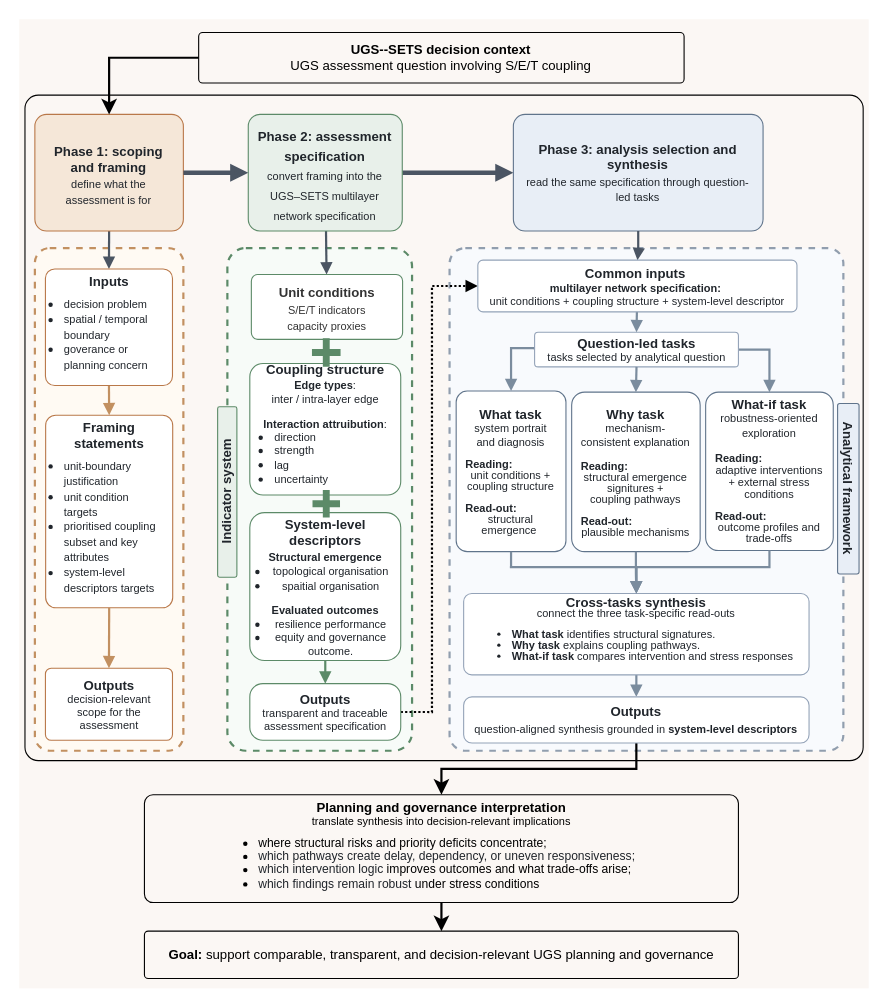
Before: section5-workflow.drawio in ZixuanLi317/iodraw-files, a draw.io diagram. Source tidied: cells renumbered, new cells numbered last; positions are measured from the earlier drawing's top-left corner, leaving out a move shared by most shapes. Both pictures are drawn from the tidied source at 110%, with x=0, y=0 at pixel (19, 19).
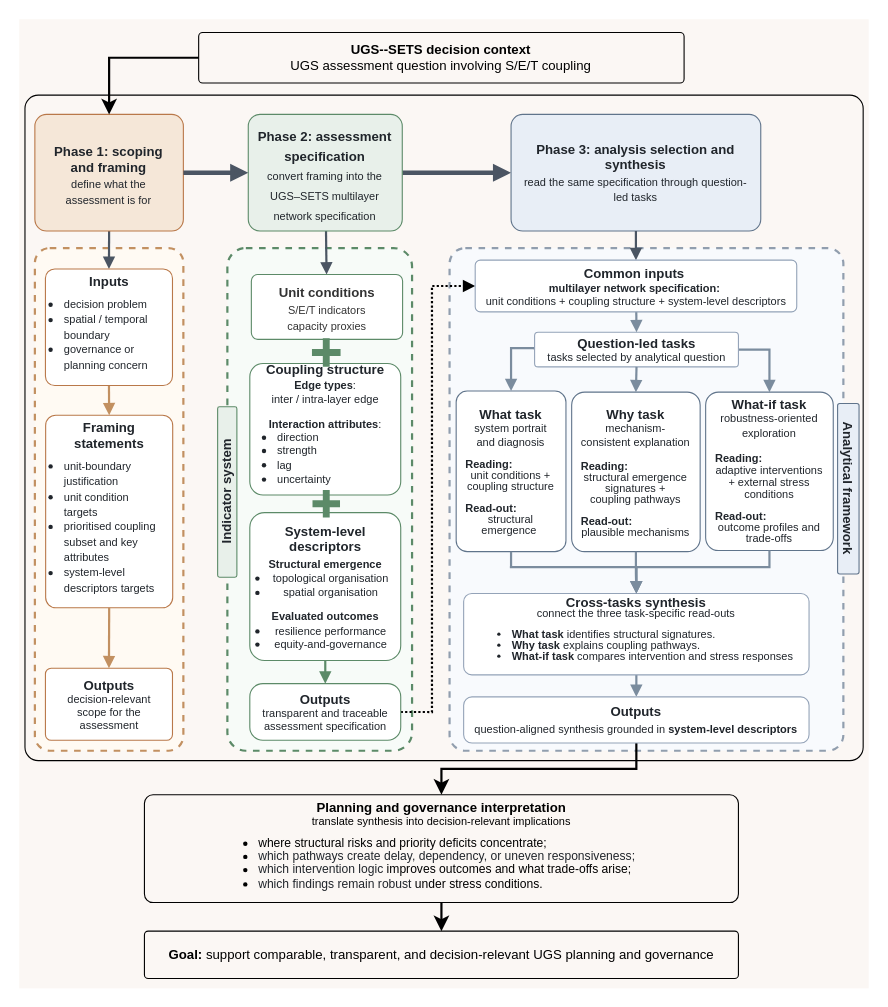
After the change.

The edit, as a diff of the source:
```diff
@@
     <mxCell id="13" value="&lt;b&gt;Phase 3: analysis selection and synthesis&lt;/b&gt;&lt;div&gt;&lt;font style=&quot;font-size: 10px;&quot;&gt;read the same specification through question-led tasks&lt;/font&gt;&lt;b&gt;&lt;/b&gt;&lt;/div&gt;" style="whiteSpace=wrap;html=1;fillColor=#e8eef6;strokeColor=#60748b;fontSize=12;fontColor=#20252b;align=center;verticalAlign=middle;spacing=10;rounded=1;arcSize=10;" parent="1" vertex="1">
-      <mxGeometry x="449.2" y="86.5" width="227" height="106" as="geometry" />
+      <mxGeometry x="447.1" y="86.5" width="227" height="106" as="geometry" />
     </mxCell>
@@
-    <mxCell id="17" value="&lt;div style=&quot;line-height: 100%;&quot;&gt;&lt;b&gt;Why task&lt;/b&gt;&lt;br&gt;&lt;font style=&quot;font-size: 10px; line-height: 100%;&quot;&gt;mechanism-consistent explanation&lt;/font&gt;&lt;/div&gt;&lt;div style=&quot;line-height: 100%;&quot;&gt;&lt;font style=&quot;font-size: 10px; line-height: 100%;&quot;&gt;&lt;br&gt;&lt;/font&gt;&lt;/div&gt;&lt;div style=&quot;line-height: 100%;&quot;&gt;&lt;font style=&quot;font-size: 10px; line-height: 100%;&quot;&gt;&lt;div style=&quot;text-align: left; line-height: 10px;&quot;&gt;&lt;b&gt;Reading:&lt;/b&gt;&lt;/div&gt;&lt;div style=&quot;line-height: 10px;&quot;&gt;structural emergence signitures&amp;nbsp;&lt;span style=&quot;background-color: transparent; color: light-dark(rgb(32, 37, 43), rgb(201, 206, 211));&quot;&gt;+&lt;/span&gt;&lt;/div&gt;&lt;div style=&quot;line-height: 10px;&quot;&gt;coupling&amp;nbsp;&lt;span style=&quot;background-color: transparent; color: light-dark(rgb(32, 37, 43), rgb(201, 206, 211));&quot;&gt;pathways&lt;/span&gt;&lt;/div&gt;&lt;div style=&quot;line-height: 10px;&quot;&gt;&lt;br&gt;&lt;/div&gt;&lt;div style=&quot;text-align: left; line-height: 10px;&quot;&gt;&lt;b&gt;Read-out:&lt;/b&gt;&lt;/div&gt;&lt;div style=&quot;line-height: 10px;&quot;&gt;plausible mechanisms&lt;/div&gt;&lt;/font&gt;&lt;/div&gt;" style="whiteSpace=wrap;html=1;fillColor=default;strokeColor=#60748b;fontSize=12;fontColor=#20252b;align=center;verticalAlign=middle;spacing=10;rounded=1;arcSize=10;fontFamily=Helvetica;" parent="1" vertex="1">
+    <mxCell id="17" value="&lt;div style=&quot;line-height: 100%;&quot;&gt;&lt;b&gt;Why task&lt;/b&gt;&lt;br&gt;&lt;font style=&quot;font-size: 10px; line-height: 100%;&quot;&gt;mechanism-consistent explanation&lt;/font&gt;&lt;/div&gt;&lt;div style=&quot;line-height: 100%;&quot;&gt;&lt;font style=&quot;font-size: 10px; line-height: 100%;&quot;&gt;&lt;br&gt;&lt;/font&gt;&lt;/div&gt;&lt;div style=&quot;line-height: 100%;&quot;&gt;&lt;font style=&quot;font-size: 10px; line-height: 100%;&quot;&gt;&lt;div style=&quot;text-align: left; line-height: 10px;&quot;&gt;&lt;b&gt;Reading:&lt;/b&gt;&lt;/div&gt;&lt;div style=&quot;line-height: 10px;&quot;&gt;structural emergence signatures&amp;nbsp;&lt;span style=&quot;background-color: transparent; color: light-dark(rgb(32, 37, 43), rgb(201, 206, 211));&quot;&gt;+&lt;/span&gt;&lt;/div&gt;&lt;div style=&quot;line-height: 10px;&quot;&gt;coupling&amp;nbsp;&lt;span style=&quot;background-color: transparent; color: light-dark(rgb(32, 37, 43), rgb(201, 206, 211));&quot;&gt;pathways&lt;/span&gt;&lt;/div&gt;&lt;div style=&quot;line-height: 10px;&quot;&gt;&lt;br&gt;&lt;/div&gt;&lt;div style=&quot;text-align: left; line-height: 10px;&quot;&gt;&lt;b&gt;Read-out:&lt;/b&gt;&lt;/div&gt;&lt;div style=&quot;line-height: 10px;&quot;&gt;plausible mechanisms&lt;/div&gt;&lt;/font&gt;&lt;/div&gt;" style="whiteSpace=wrap;html=1;fillColor=default;strokeColor=#60748b;fontSize=12;fontColor=#20252b;align=center;verticalAlign=middle;spacing=10;rounded=1;arcSize=10;fontFamily=Helvetica;" parent="1" vertex="1">
       <mxGeometry x="502.2" y="339" width="116.8" height="145" as="geometry" />
     </mxCell>
@@
-    <mxCell id="25" value="&lt;b&gt;Coupling structure&lt;/b&gt;&lt;div style=&quot;line-height: 100%;&quot;&gt;&lt;span style=&quot;font-size: 10px; text-align: left; background-color: transparent; color: light-dark(rgb(32, 37, 43), rgb(201, 206, 211)); line-height: 100%;&quot;&gt;&lt;b&gt;Edge types&lt;/b&gt;:&lt;/span&gt;&lt;/div&gt;&lt;div style=&quot;line-height: 100%; margin-bottom: 10px;&quot;&gt;&lt;font style=&quot;font-size: 10px;&quot;&gt;inter / intra-layer edge&lt;/font&gt;&lt;/div&gt;&lt;div style=&quot;line-height: 100%;&quot;&gt;&lt;span style=&quot;font-size: 10px; text-align: left; background-color: transparent; color: light-dark(rgb(32, 37, 43), rgb(201, 206, 211)); line-height: 100%;&quot;&gt;&lt;b&gt;Interaction attruibution&lt;/b&gt;:&lt;/span&gt;&lt;ul style=&quot;padding-left: 10px; margin-bottom: 10px; margin-top: 0px;&quot;&gt;&lt;li style=&quot;text-align: left;&quot;&gt;&lt;font style=&quot;font-size: 10px; line-height: 100%;&quot;&gt;direction&lt;/font&gt;&lt;/li&gt;&lt;li style=&quot;text-align: left;&quot;&gt;&lt;font style=&quot;font-size: 10px;&quot;&gt;strength&lt;/font&gt;&lt;/li&gt;&lt;li style=&quot;text-align: left;&quot;&gt;&lt;font style=&quot;font-size: 10px;&quot;&gt;lag&lt;/font&gt;&lt;/li&gt;&lt;li style=&quot;text-align: left;&quot;&gt;&lt;font style=&quot;font-size: 10px;&quot;&gt;uncertainty&lt;/font&gt;&lt;/li&gt;&lt;/ul&gt;&lt;/div&gt;" style="whiteSpace=wrap;html=1;fillColor=#ffffff;strokeColor=#5c8a68;fontSize=12;fontColor=#20252b;align=center;verticalAlign=middle;spacing=10;rounded=1;arcSize=10;" parent="1" vertex="1">
+    <mxCell id="25" value="&lt;b&gt;Coupling structure&lt;/b&gt;&lt;div style=&quot;line-height: 100%;&quot;&gt;&lt;span style=&quot;font-size: 10px; text-align: left; background-color: transparent; color: light-dark(rgb(32, 37, 43), rgb(201, 206, 211)); line-height: 100%;&quot;&gt;&lt;b&gt;Edge types&lt;/b&gt;:&lt;/span&gt;&lt;/div&gt;&lt;div style=&quot;line-height: 100%; margin-bottom: 10px;&quot;&gt;&lt;font style=&quot;font-size: 10px;&quot;&gt;inter / intra-layer edge&lt;/font&gt;&lt;/div&gt;&lt;div style=&quot;line-height: 100%;&quot;&gt;&lt;span style=&quot;font-size: 10px; text-align: left; background-color: transparent; color: light-dark(rgb(32, 37, 43), rgb(201, 206, 211)); line-height: 100%;&quot;&gt;&lt;b&gt;Interaction attributes&lt;/b&gt;:&lt;/span&gt;&lt;ul style=&quot;padding-left: 10px; margin-bottom: 10px; margin-top: 0px;&quot;&gt;&lt;li style=&quot;text-align: left;&quot;&gt;&lt;font style=&quot;font-size: 10px; line-height: 100%;&quot;&gt;direction&lt;/font&gt;&lt;/li&gt;&lt;li style=&quot;text-align: left;&quot;&gt;&lt;font style=&quot;font-size: 10px;&quot;&gt;strength&lt;/font&gt;&lt;/li&gt;&lt;li style=&quot;text-align: left;&quot;&gt;&lt;font style=&quot;font-size: 10px;&quot;&gt;lag&lt;/font&gt;&lt;/li&gt;&lt;li style=&quot;text-align: left;&quot;&gt;&lt;font style=&quot;font-size: 10px;&quot;&gt;uncertainty&lt;/font&gt;&lt;/li&gt;&lt;/ul&gt;&lt;/div&gt;" style="whiteSpace=wrap;html=1;fillColor=#ffffff;strokeColor=#5c8a68;fontSize=12;fontColor=#20252b;align=center;verticalAlign=middle;spacing=10;rounded=1;arcSize=10;" parent="1" vertex="1">
       <mxGeometry x="209.6" y="313" width="137.2" height="119.5" as="geometry" />
     </mxCell>
@@
-    <mxCell id="27" value="&lt;b&gt;&lt;font style=&quot;font-size: 12px;&quot;&gt;System-level descriptors&lt;/font&gt;&lt;/b&gt;&lt;div&gt;&lt;span style=&quot;background-color: transparent; color: light-dark(rgb(32, 37, 43), rgb(201, 206, 211)); font-size: 10px; text-align: left;&quot;&gt;&lt;b&gt;Structural emergence&lt;/b&gt;&lt;/span&gt;&lt;ul style=&quot;padding-left: 10px; line-height: 100%; margin-top: 0px; margin-bottom: 8px;&quot;&gt;&lt;li&gt;&lt;span style=&quot;font-size: 10px;&quot;&gt;topological organisation&lt;/span&gt;&lt;/li&gt;&lt;li&gt;&lt;span style=&quot;font-size: 10px;&quot;&gt;spaitial organisation&lt;/span&gt;&lt;/li&gt;&lt;/ul&gt;&lt;span style=&quot;font-size: 10px; background-color: transparent; color: light-dark(rgb(32, 37, 43), rgb(201, 206, 211));&quot;&gt;&lt;b&gt;Evaluated outcomes&lt;/b&gt;&lt;/span&gt;&lt;br&gt;&lt;ul style=&quot;padding-left: 10px; line-height: 100%; margin-top: 0px; margin-bottom: 0px;&quot;&gt;&lt;li&gt;&lt;span style=&quot;background-color: transparent; color: light-dark(rgb(32, 37, 43), rgb(201, 206, 211)); font-size: 10px; text-align: left; line-height: 100%;&quot;&gt;resilience performance&lt;/span&gt;&lt;/li&gt;&lt;li&gt;&lt;span style=&quot;background-color: transparent; color: light-dark(rgb(32, 37, 43), rgb(201, 206, 211)); font-size: 10px; text-align: left; line-height: 100%;&quot;&gt;equity and governance outcome.&lt;/span&gt;&lt;/li&gt;&lt;/ul&gt;&lt;/div&gt;" style="whiteSpace=wrap;html=1;fillColor=#ffffff;strokeColor=#5c8a68;fontSize=12;fontColor=#20252b;align=center;verticalAlign=middle;spacing=10;rounded=1;arcSize=10;fontFamily=Helvetica;imageAspect=1;" parent="1" vertex="1">
+    <mxCell id="27" value="&lt;b&gt;&lt;font style=&quot;font-size: 12px;&quot;&gt;System-level descriptors&lt;/font&gt;&lt;/b&gt;&lt;div&gt;&lt;span style=&quot;background-color: transparent; color: light-dark(rgb(32, 37, 43), rgb(201, 206, 211)); font-size: 10px; text-align: left;&quot;&gt;&lt;b&gt;Structural emergence&lt;/b&gt;&lt;/span&gt;&lt;ul style=&quot;padding-left: 10px; line-height: 100%; margin-top: 0px; margin-bottom: 8px;&quot;&gt;&lt;li&gt;&lt;span style=&quot;font-size: 10px;&quot;&gt;topological organisation&lt;/span&gt;&lt;/li&gt;&lt;li&gt;&lt;span style=&quot;font-size: 10px;&quot;&gt;spatial organisation&lt;/span&gt;&lt;/li&gt;&lt;/ul&gt;&lt;span style=&quot;font-size: 10px; background-color: transparent; color: light-dark(rgb(32, 37, 43), rgb(201, 206, 211));&quot;&gt;&lt;b&gt;Evaluated outcomes&lt;/b&gt;&lt;/span&gt;&lt;br&gt;&lt;ul style=&quot;padding-left: 10px; line-height: 100%; margin-top: 0px; margin-bottom: 0px;&quot;&gt;&lt;li&gt;&lt;span style=&quot;background-color: transparent; color: light-dark(rgb(32, 37, 43), rgb(201, 206, 211)); font-size: 10px; text-align: left; line-height: 100%;&quot;&gt;resilience performance&lt;/span&gt;&lt;/li&gt;&lt;li&gt;&lt;span style=&quot;background-color: transparent; color: light-dark(rgb(32, 37, 43), rgb(201, 206, 211)); font-size: 10px; text-align: left; line-height: 100%;&quot;&gt;equity-and-governance&lt;/span&gt;&lt;/li&gt;&lt;/ul&gt;&lt;/div&gt;" style="whiteSpace=wrap;html=1;fillColor=#ffffff;strokeColor=#5c8a68;fontSize=12;fontColor=#20252b;align=center;verticalAlign=middle;spacing=10;rounded=1;arcSize=10;fontFamily=Helvetica;imageAspect=1;" parent="1" vertex="1">
       <mxGeometry x="209.6" y="448.5" width="137.2" height="134.5" as="geometry" />
     </mxCell>
@@
-    <mxCell id="36" value="&lt;div style=&quot;line-height: 100%;&quot;&gt;&lt;b&gt;Common inputs&amp;nbsp;&lt;/b&gt;&lt;div&gt;&lt;span style=&quot;font-size: 10px; line-height: 100%;&quot;&gt;&lt;b&gt;multilayer network specification:&lt;/b&gt;&amp;nbsp;&lt;/span&gt;&lt;/div&gt;&lt;div&gt;&lt;span style=&quot;background-color: transparent; font-size: 10px; line-height: 100%;&quot;&gt;unit conditions + coupling structure + system-level descriptor&lt;/span&gt;&lt;/div&gt;&lt;/div&gt;" style="whiteSpace=wrap;html=1;fillColor=default;strokeColor=#94a3b8;fontSize=12;fontColor=#20252b;align=center;verticalAlign=middle;spacing=10;rounded=1;arcSize=10;" parent="1" vertex="1">
-      <mxGeometry x="416.9" y="219" width="290.1" height="47" as="geometry" />
+    <mxCell id="36" value="&lt;div style=&quot;line-height: 100%;&quot;&gt;&lt;b&gt;Common inputs&amp;nbsp;&lt;/b&gt;&lt;div&gt;&lt;span style=&quot;font-size: 10px; line-height: 100%;&quot;&gt;&lt;b&gt;multilayer network specification:&lt;/b&gt;&amp;nbsp;&lt;/span&gt;&lt;/div&gt;&lt;div&gt;&lt;span style=&quot;background-color: transparent; font-size: 10px; line-height: 100%;&quot;&gt;unit conditions + coupling structure + system-level descriptors&lt;/span&gt;&lt;/div&gt;&lt;/div&gt;" style="whiteSpace=wrap;html=1;fillColor=default;strokeColor=#94a3b8;fontSize=12;fontColor=#20252b;align=center;verticalAlign=middle;spacing=10;rounded=1;arcSize=10;" parent="1" vertex="1">
+      <mxGeometry x="414.5" y="219" width="292.3" height="47" as="geometry" />
     </mxCell>
@@
-    <mxCell id="38" value="&lt;div style=&quot;line-height:116%;&quot;&gt;&lt;b&gt;Inputs&lt;/b&gt;&lt;br&gt;&lt;ul style=&quot;padding-left: 10px; margin-top: 6px; margin-bottom: 6px;&quot;&gt;&lt;li style=&quot;text-align: left;&quot;&gt;&lt;font style=&quot;font-size: 10px;&quot;&gt;decision problem&lt;/font&gt;&lt;/li&gt;&lt;li style=&quot;text-align: left;&quot;&gt;&lt;font style=&quot;font-size: 10px;&quot;&gt;spatial / temporal boundary&lt;/font&gt;&lt;/li&gt;&lt;li style=&quot;text-align: left;&quot;&gt;&lt;font style=&quot;font-size: 10px;&quot;&gt;goverance or planning concern&lt;/font&gt;&lt;/li&gt;&lt;/ul&gt;&lt;/div&gt;" style="whiteSpace=wrap;html=1;fillColor=#ffffff;strokeColor=#b97849;strokeWidth=1;fontSize=12;fontColor=#20252b;fontStyle=0;fontFamily=Helvetica;align=center;verticalAlign=middle;spacing=8;rounded=1;arcSize=8;" parent="1" vertex="1">
+    <mxCell id="38" value="&lt;div style=&quot;line-height:116%;&quot;&gt;&lt;b&gt;Inputs&lt;/b&gt;&lt;br&gt;&lt;ul style=&quot;padding-left: 10px; margin-top: 6px; margin-bottom: 6px;&quot;&gt;&lt;li style=&quot;text-align: left;&quot;&gt;&lt;font style=&quot;font-size: 10px;&quot;&gt;decision problem&lt;/font&gt;&lt;/li&gt;&lt;li style=&quot;text-align: left;&quot;&gt;&lt;font style=&quot;font-size: 10px;&quot;&gt;spatial / temporal boundary&lt;/font&gt;&lt;/li&gt;&lt;li style=&quot;text-align: left;&quot;&gt;&lt;font style=&quot;font-size: 10px;&quot;&gt;governance or planning concern&lt;/font&gt;&lt;/li&gt;&lt;/ul&gt;&lt;/div&gt;" style="whiteSpace=wrap;html=1;fillColor=#ffffff;strokeColor=#b97849;strokeWidth=1;fontSize=12;fontColor=#20252b;fontStyle=0;fontFamily=Helvetica;align=center;verticalAlign=middle;spacing=8;rounded=1;arcSize=8;" parent="1" vertex="1">
       <mxGeometry x="23.8" y="227" width="115.5" height="106" as="geometry" />
     </mxCell>
@@
-    <mxCell id="49" value="&lt;div style=&quot;line-height: 103%;&quot;&gt;&lt;b&gt;Planning and governance interpretation&lt;/b&gt;&lt;br&gt;&lt;font style=&quot;line-height: 103%;&quot;&gt;&lt;span style=&quot;font-size: 10px;&quot;&gt;translate synthesis into decision-relevant implications&lt;/span&gt;&lt;br&gt;&lt;div style=&quot;text-align: left;&quot;&gt;&lt;ul style=&quot;padding-left: 10px; margin-top: 6px; margin-bottom: 6px;&quot;&gt;&lt;li style=&quot;&quot;&gt;&lt;font style=&quot;font-size: 11px; background-color: transparent;&quot;&gt;where structural risks&amp;nbsp;&lt;/font&gt;&lt;span style=&quot;font-size: 11px; background-color: transparent; color: light-dark(rgb(0, 0, 0), rgb(255, 255, 255));&quot;&gt;and priority deficits concentrate;&lt;/span&gt;&lt;/li&gt;&lt;li style=&quot;&quot;&gt;&lt;span style=&quot;background-color: transparent; color: light-dark(rgb(32, 37, 43), rgb(201, 206, 211));&quot;&gt;&lt;font style=&quot;font-size: 11px;&quot;&gt;which pathways create delay, dependency, or uneven responsiveness;&lt;/font&gt;&lt;/span&gt;&lt;/li&gt;&lt;li style=&quot;&quot;&gt;&lt;span style=&quot;background-color: transparent; color: light-dark(rgb(32, 37, 43), rgb(201, 206, 211));&quot;&gt;&lt;font style=&quot;font-size: 11px;&quot;&gt;which intervention logic&amp;nbsp;&lt;/font&gt;&lt;/span&gt;&lt;font style=&quot;font-size: 11px;&quot;&gt;improves outcomes and what trade-offs arise;&lt;/font&gt;&lt;/li&gt;&lt;li&gt;&lt;font style=&quot;font-size: 11px;&quot;&gt;&lt;font color=&quot;#20252b&quot;&gt;which findings remain robust&amp;nbsp;&lt;/font&gt;under stress conditions&lt;/font&gt;&lt;/li&gt;&lt;/ul&gt;&lt;/div&gt;&lt;/font&gt;&lt;/div&gt;" style="whiteSpace=wrap;html=1;strokeWidth=1;fontSize=12;fontStyle=0;fontFamily=Helvetica;align=center;verticalAlign=middle;spacing=8;rounded=1;arcSize=8;fillColor=none;" parent="1" vertex="1">
+    <mxCell id="49" value="&lt;div style=&quot;line-height: 103%;&quot;&gt;&lt;b&gt;Planning and governance interpretation&lt;/b&gt;&lt;br&gt;&lt;font style=&quot;line-height: 103%;&quot;&gt;&lt;span style=&quot;font-size: 10px;&quot;&gt;translate synthesis into decision-relevant implications&lt;/span&gt;&lt;br&gt;&lt;div style=&quot;text-align: left;&quot;&gt;&lt;ul style=&quot;padding-left: 10px; margin-top: 6px; margin-bottom: 6px;&quot;&gt;&lt;li style=&quot;&quot;&gt;&lt;font style=&quot;font-size: 11px; background-color: transparent;&quot;&gt;where structural risks&amp;nbsp;&lt;/font&gt;&lt;span style=&quot;font-size: 11px; background-color: transparent; color: light-dark(rgb(0, 0, 0), rgb(255, 255, 255));&quot;&gt;and priority deficits concentrate;&lt;/span&gt;&lt;/li&gt;&lt;li style=&quot;&quot;&gt;&lt;span style=&quot;background-color: transparent; color: light-dark(rgb(32, 37, 43), rgb(201, 206, 211));&quot;&gt;&lt;font style=&quot;font-size: 11px;&quot;&gt;which pathways create delay, dependency, or uneven responsiveness;&lt;/font&gt;&lt;/span&gt;&lt;/li&gt;&lt;li style=&quot;&quot;&gt;&lt;span style=&quot;background-color: transparent; color: light-dark(rgb(32, 37, 43), rgb(201, 206, 211));&quot;&gt;&lt;font style=&quot;font-size: 11px;&quot;&gt;which intervention logic&amp;nbsp;&lt;/font&gt;&lt;/span&gt;&lt;font style=&quot;font-size: 11px;&quot;&gt;improves outcomes and what trade-offs arise;&lt;/font&gt;&lt;/li&gt;&lt;li&gt;&lt;font style=&quot;font-size: 11px;&quot;&gt;&lt;font color=&quot;#20252b&quot;&gt;which findings remain robust&amp;nbsp;&lt;/font&gt;under stress conditions.&lt;/font&gt;&lt;/li&gt;&lt;/ul&gt;&lt;/div&gt;&lt;/font&gt;&lt;/div&gt;" style="whiteSpace=wrap;html=1;strokeWidth=1;fontSize=12;fontStyle=0;fontFamily=Helvetica;align=center;verticalAlign=middle;spacing=8;rounded=1;arcSize=8;fillColor=none;" parent="1" vertex="1">
       <mxGeometry x="113.8" y="705" width="540" height="98" as="geometry" />
     </mxCell>
```
